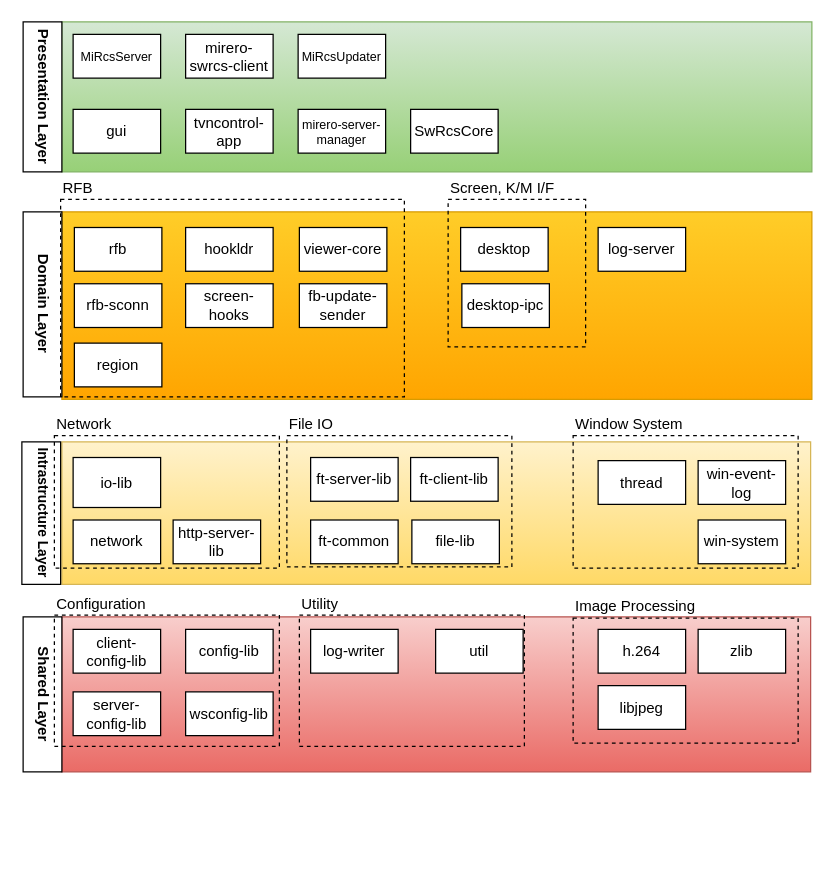
rhkdguskim/Study keeps this draw.io diagram as page "Project Dependency" (1 of 9) of UML/mirero/SwRcs/Arch.drawio. Above is the earlier version. Source tidied: cells renumbered, new cells numbered last; positions are measured from the earlier drawing's top-left corner, leaving out a move shared by most shapes. Both pictures are drawn from the tidied source at 125%, with x=0, y=0 at pixel (21, 21).
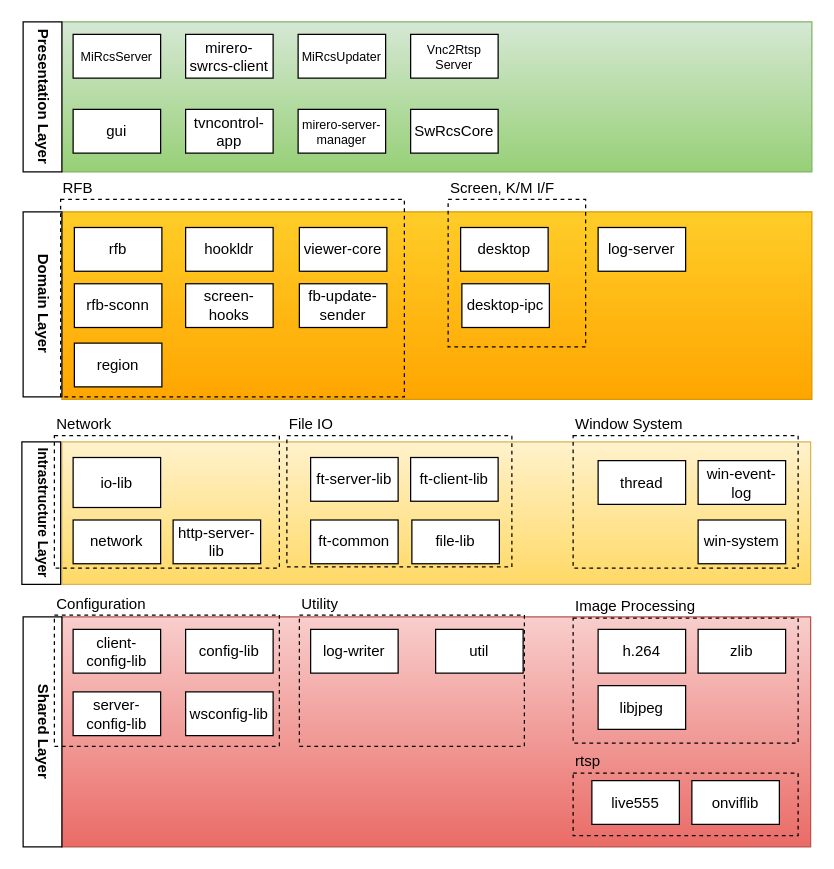
After the change.

Diff of the diagram source:
```diff
@@
     <mxCell id="4" style="rounded=0;whiteSpace=wrap;html=1;labelPosition=left;verticalLabelPosition=middle;align=right;verticalAlign=middle;fillColor=#f8cecc;gradientColor=#ea6b66;strokeColor=#b85450;fontStyle=1;textDirection=vertical-lr;labelBorderColor=default;" parent="1" vertex="1">
-      <mxGeometry x="32" y="476" width="599" height="124" as="geometry" />
+      <mxGeometry x="32" y="476" width="599" height="184" as="geometry" />
     </mxCell>
@@
     <mxCell id="53" value="Shared Layer" style="rounded=0;whiteSpace=wrap;html=1;textDirection=vertical-rl;fontStyle=1;" parent="1" vertex="1">
-      <mxGeometry x="1" y="476" width="31" height="124" as="geometry" />
+      <mxGeometry x="1" y="476" width="31" height="184" as="geometry" />
     </mxCell>
@@
+    <mxCell id="55" value="onviflib" style="rounded=0;whiteSpace=wrap;html=1;" parent="1" vertex="1">
+      <mxGeometry x="536" y="607" width="70" height="35" as="geometry" />
+    </mxCell>
+    <mxCell id="56" value="live555" style="rounded=0;whiteSpace=wrap;html=1;" parent="1" vertex="1">
+      <mxGeometry x="456" y="607" width="70" height="35" as="geometry" />
+    </mxCell>
+    <mxCell id="57" value="rtsp" style="rounded=0;whiteSpace=wrap;html=1;dashed=1;fillColor=none;labelPosition=center;verticalLabelPosition=top;align=left;verticalAlign=bottom;" parent="1" vertex="1">
+      <mxGeometry x="441" y="601" width="180" height="50" as="geometry" />
+    </mxCell>
+    <mxCell id="58" value="Vnc2Rtsp&lt;br&gt;Server" style="rounded=0;whiteSpace=wrap;html=1;fontSize=10;" parent="1" vertex="1">
+      <mxGeometry x="311" y="10" width="70" height="35" as="geometry" />
+    </mxCell>
```
